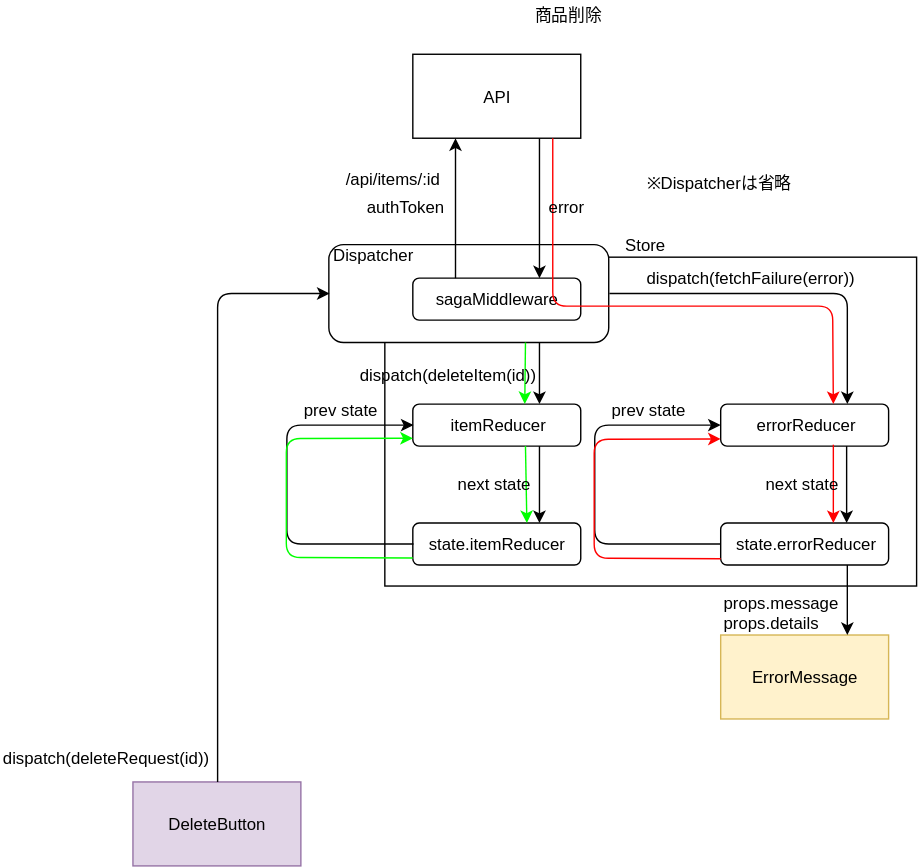
Before: diagram/dataFlow/delete.svg, a diagram exported from draw.io (emgniddikur/react-app). Source tidied: cells renumbered, new cells last; positions are measured from the earlier drawing's top-left corner, leaving out a move shared by most shapes.
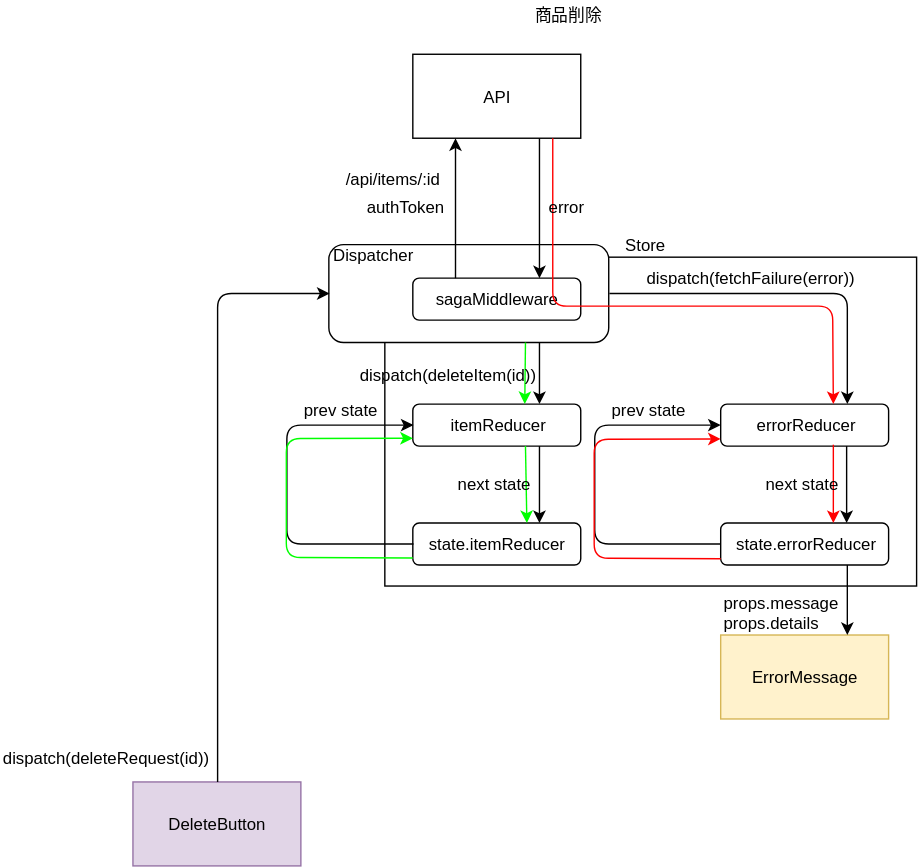
The same file after the commit.

What changed in the source:
```diff
@@ -160,9 +160,6 @@
         </Array>
       </mxGeometry>
     </mxCell>
-    <mxCell id="38" value="※Dispatcherは省略" style="text;html=1;align=left;verticalAlign=top;spacingTop=-4;" parent="1" vertex="1">
-      <mxGeometry x="459.5" y="119.5" width="120" height="20" as="geometry" />
-    </mxCell>
     <mxCell id="39" value="商品削除&lt;br&gt;" style="text;html=1;align=left;verticalAlign=top;spacingTop=-4;" parent="1" vertex="1">
       <mxGeometry x="379.5" y="-0.5" width="60" height="20" as="geometry" />
     </mxCell>
```
